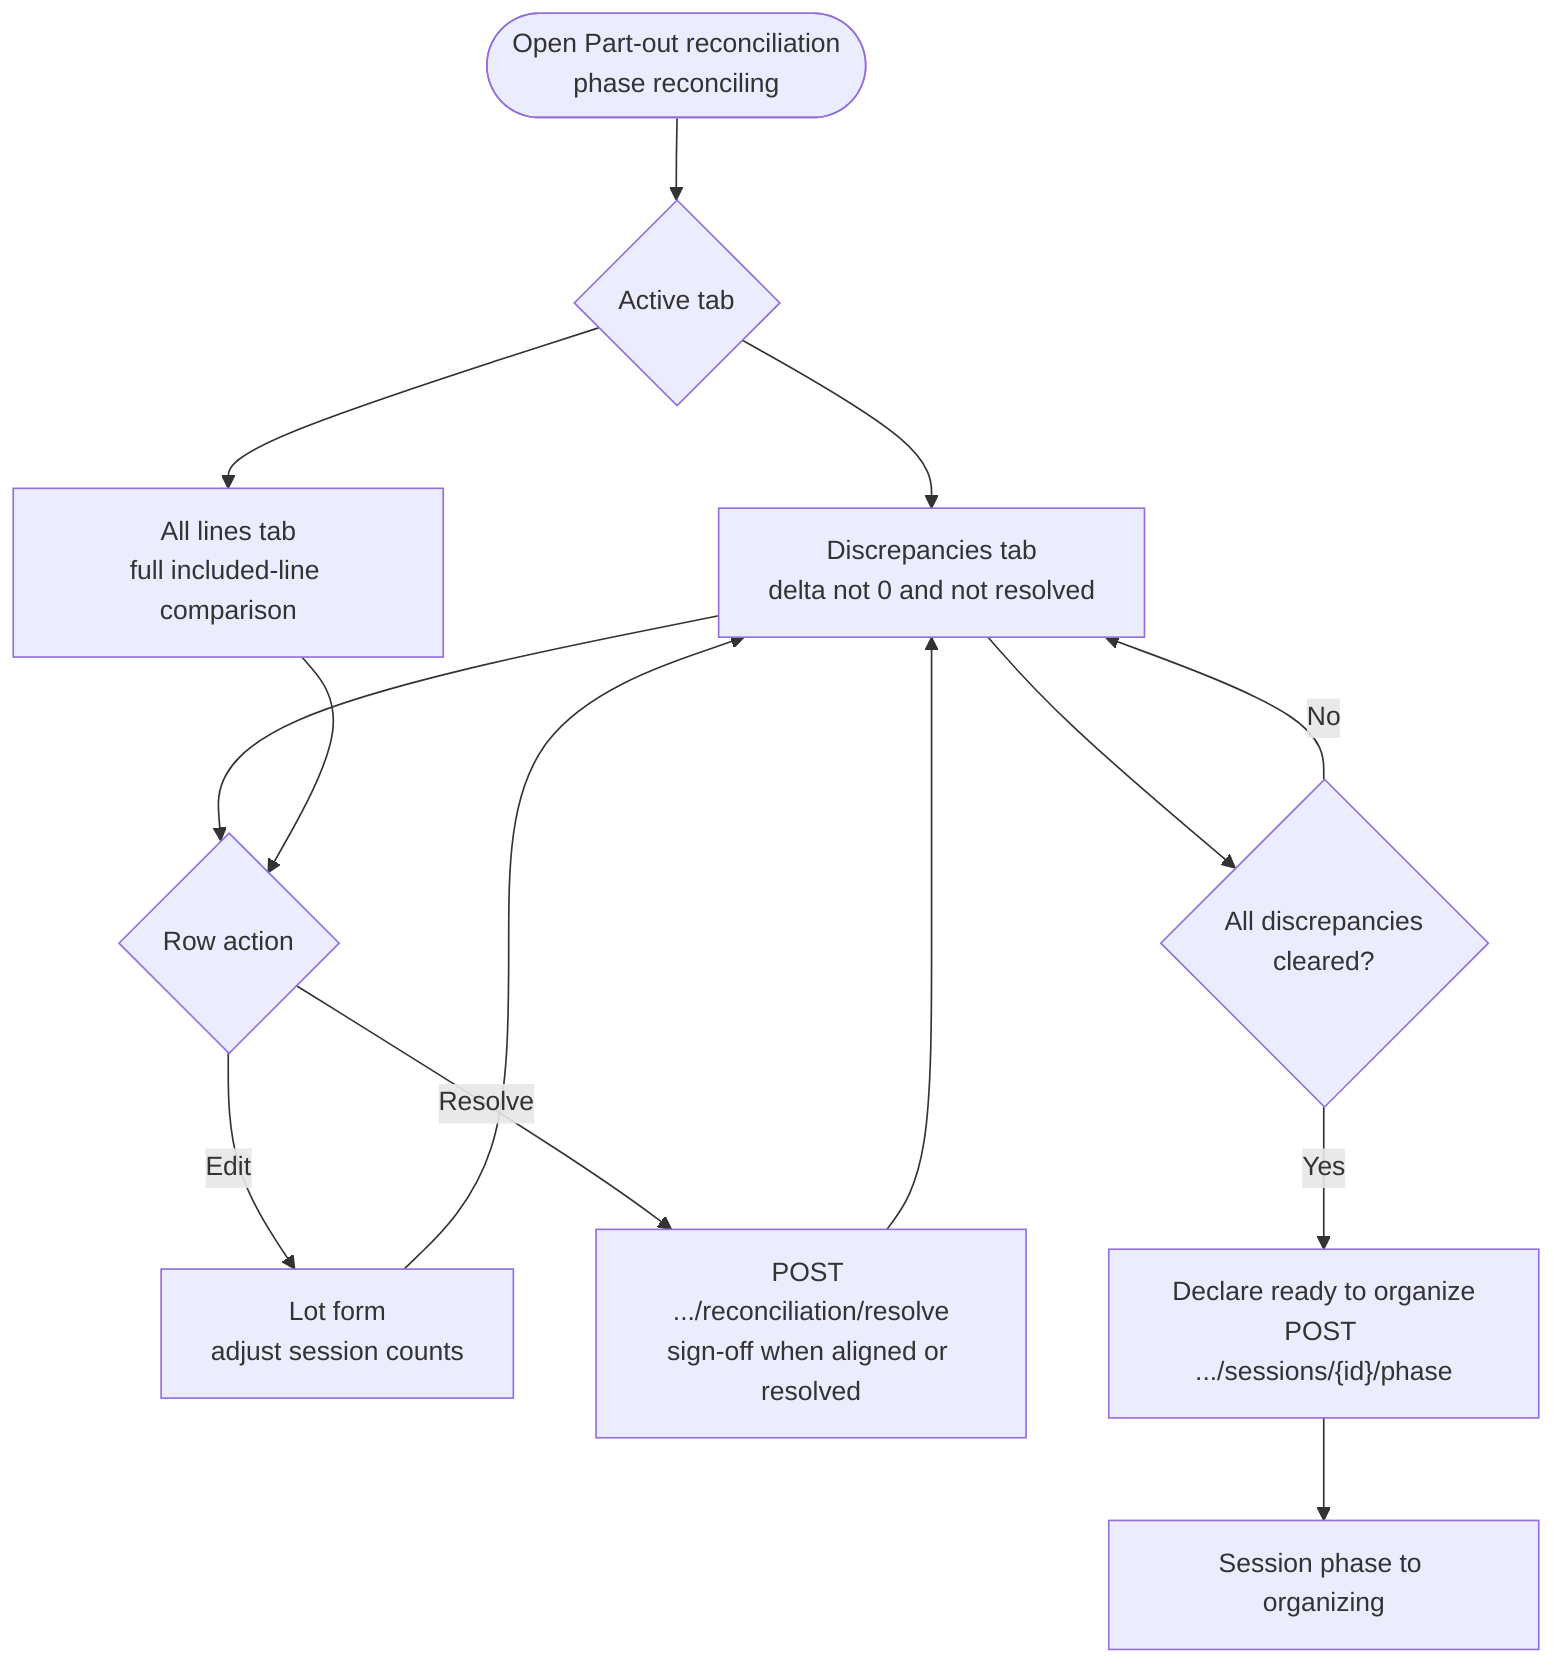
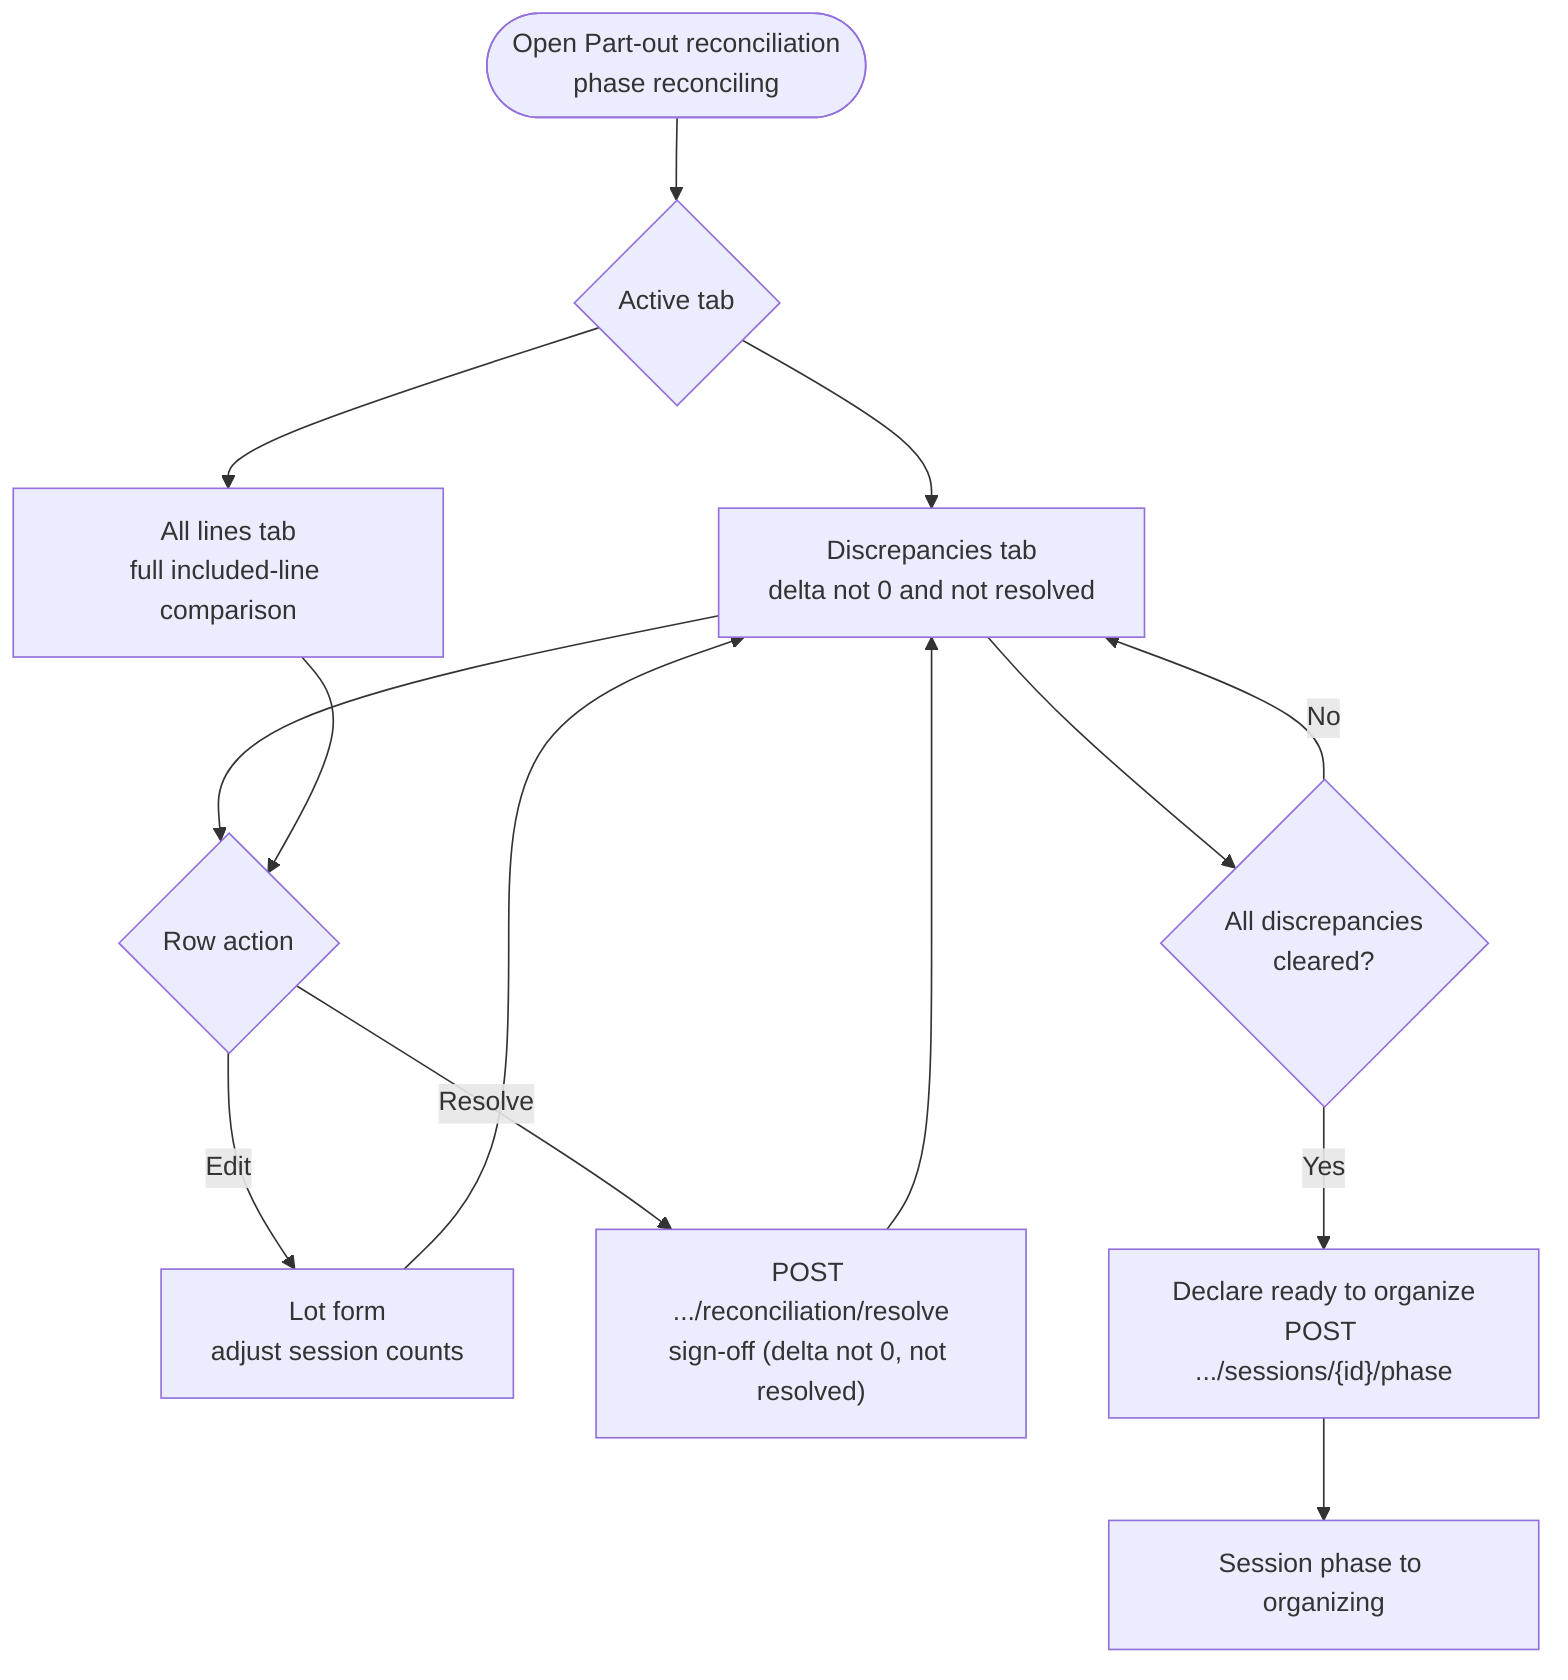
%% Part-out reconciliation — worker actions within reconciling phase
%% Source: docs/view-specs/part-out-reconciliation.md
%% Export XML happens later in updating_inventory (see store-inventory-update.mmd).

flowchart TD
    enter(["Open Part-out reconciliation<br>phase reconciling"])

    enter --> tabs{"Active tab"}

    tabs --> disc["Discrepancies tab<br>delta not 0 and not resolved"]
    tabs --> all["All lines tab<br>full included-line comparison"]

    disc --> row{"Row action"}
    all --> row

    row -->|Edit| lot["Lot form<br>adjust session counts"]
-     row -->|Resolve| sign["POST .../reconciliation/resolve<br>sign-off when aligned or resolved"]
+     row -->|Resolve| sign["POST .../reconciliation/resolve<br>sign-off (delta not 0, not resolved)"]

    lot --> disc
    sign --> disc

    disc --> check{"All discrepancies<br>cleared?"}
    check -->|No| disc
    check -->|Yes| ready["Declare ready to organize<br>POST .../sessions/{id}/phase"]
    ready --> phaseOrg["Session phase to organizing"]
